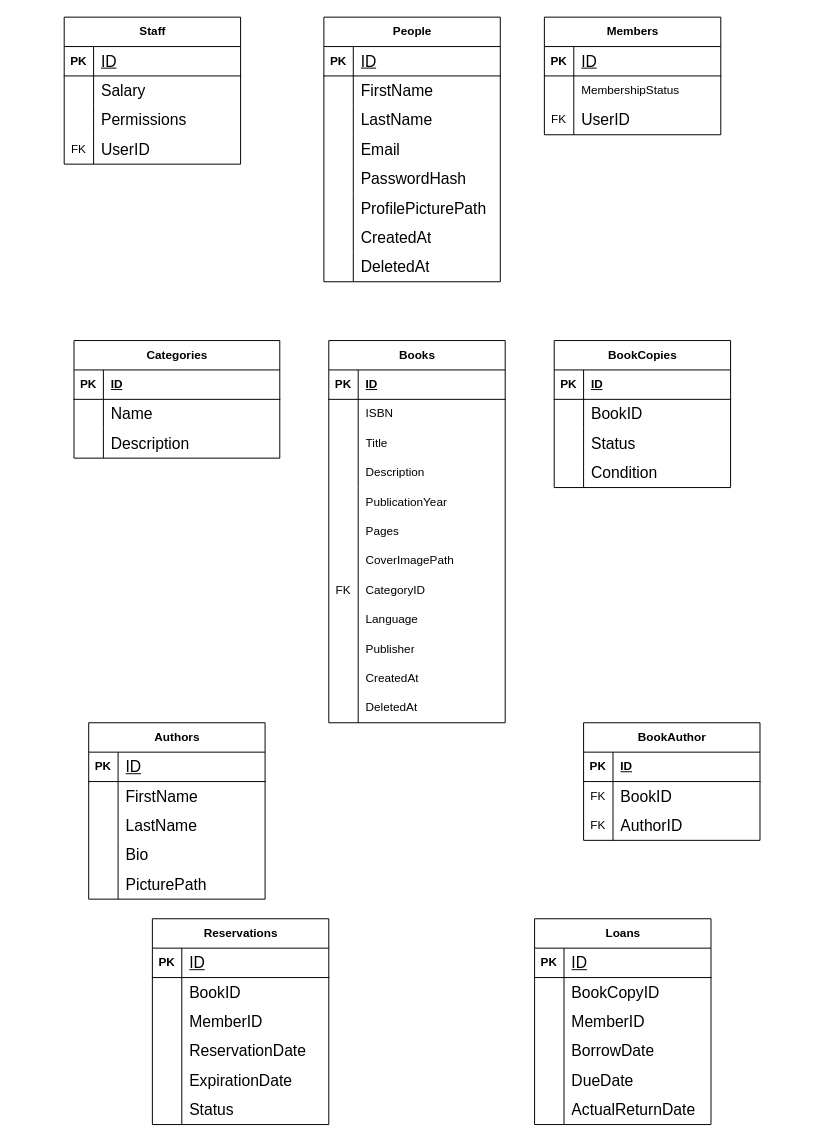
The draw.io diagram Diagrams/ERD.drawio in MustaphaBotte/Library_Management_System, before the edit. Source tidied: cells renumbered, new cells numbered last; positions are measured from the earlier drawing's top-left corner, leaving out a move shared by most shapes. Both pictures are drawn from the tidied source at 98%, with x=0, y=0 at pixel (64, 17).
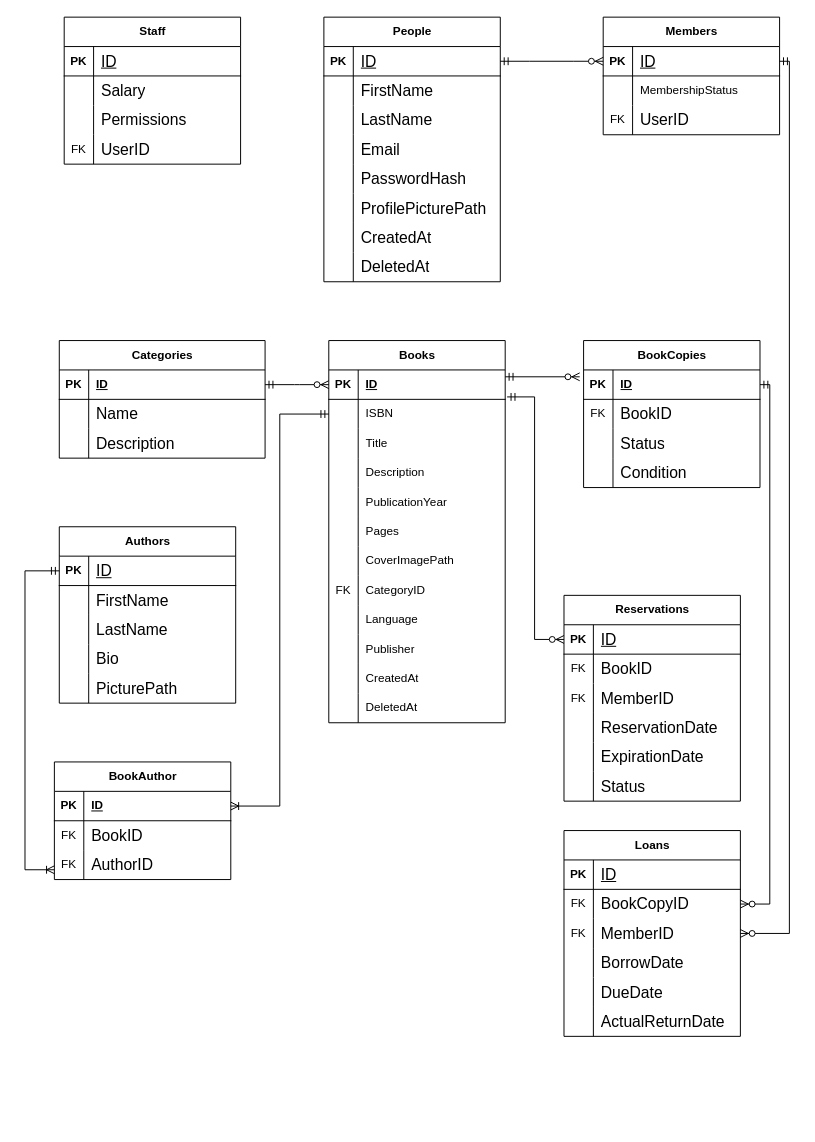
The same diagram, later.

Commit message:
generate ERF diagram

Unchanged cells that the change refers to:
```xml
<mxCell id="3" style="shape=tableRow;horizontal=0;startSize=0;swimlaneHead=0;swimlaneBody=0;fillColor=none;points=[[0,0.5],[1,0.5]];portConstraint=eastwest;top=0;left=0;right=0;bottom=1;" parent="2" vertex="1">
  <mxGeometry y="30" width="180" height="30" as="geometry" />
</mxCell>
<mxCell id="41" style="shape=tableRow;horizontal=0;startSize=0;swimlaneHead=0;swimlaneBody=0;fillColor=none;points=[[0,0.5],[1,0.5]];portConstraint=eastwest;top=0;left=0;right=0;bottom=1;" parent="40" vertex="1">
  <mxGeometry y="30" width="180" height="30" as="geometry" />
</mxCell>
<mxCell id="51" style="shape=tableRow;horizontal=0;startSize=0;swimlaneHead=0;swimlaneBody=0;fillColor=none;points=[[0,0.5],[1,0.5]];portConstraint=eastwest;top=0;left=0;right=0;bottom=1;" parent="50" vertex="1">
  <mxGeometry y="30" width="180" height="30" as="geometry" />
</mxCell>
<mxCell id="54" style="shape=tableRow;horizontal=0;startSize=0;swimlaneHead=0;swimlaneBody=0;fillColor=none;points=[[0,0.5],[1,0.5]];portConstraint=eastwest;top=0;left=0;right=0;bottom=0;" parent="50" vertex="1">
  <mxGeometry y="60" width="180" height="30" as="geometry" />
</mxCell>
<mxCell id="88" style="shape=tableRow;horizontal=0;startSize=0;swimlaneHead=0;swimlaneBody=0;fillColor=none;points=[[0,0.5],[1,0.5]];portConstraint=eastwest;top=0;left=0;right=0;bottom=1;" parent="87" vertex="1">
  <mxGeometry y="30" width="180" height="30" as="geometry" />
</mxCell>
<mxCell id="104" style="shape=tableRow;horizontal=0;startSize=0;swimlaneHead=0;swimlaneBody=0;fillColor=none;points=[[0,0.5],[1,0.5]];portConstraint=eastwest;top=0;left=0;right=0;bottom=1;" parent="103" vertex="1">
  <mxGeometry y="30" width="180" height="30" as="geometry" />
</mxCell>
<mxCell id="110" style="shape=tableRow;horizontal=0;startSize=0;swimlaneHead=0;swimlaneBody=0;fillColor=none;points=[[0,0.5],[1,0.5]];portConstraint=eastwest;top=0;left=0;right=0;bottom=0;" parent="103" vertex="1">
  <mxGeometry y="90" width="180" height="30" as="geometry" />
</mxCell>
<mxCell id="114" style="shape=tableRow;horizontal=0;startSize=0;swimlaneHead=0;swimlaneBody=0;fillColor=none;points=[[0,0.5],[1,0.5]];portConstraint=eastwest;top=0;left=0;right=0;bottom=1;" parent="113" vertex="1">
  <mxGeometry y="30" width="210" height="30" as="geometry" />
</mxCell>
<mxCell id="124" style="shape=tableRow;horizontal=0;startSize=0;swimlaneHead=0;swimlaneBody=0;fillColor=none;points=[[0,0.5],[1,0.5]];portConstraint=eastwest;top=0;left=0;right=0;bottom=1;" parent="123" vertex="1">
  <mxGeometry y="30" width="180" height="30" as="geometry" />
</mxCell>
<mxCell id="127" style="shape=tableRow;horizontal=0;startSize=0;swimlaneHead=0;swimlaneBody=0;fillColor=none;top=0;left=0;right=0;bottom=0;" parent="123" vertex="1">
  <mxGeometry y="60" width="180" height="30" as="geometry" />
</mxCell>
<mxCell id="140" style="shape=tableRow;horizontal=0;startSize=0;swimlaneHead=0;swimlaneBody=0;fillColor=none;points=[[0,0.5],[1,0.5]];portConstraint=eastwest;top=0;left=0;right=0;bottom=0;" parent="136" vertex="1">
  <mxGeometry y="60" width="180" height="30" as="geometry" />
</mxCell>
<mxCell id="143" style="shape=tableRow;horizontal=0;startSize=0;swimlaneHead=0;swimlaneBody=0;fillColor=none;points=[[0,0.5],[1,0.5]];portConstraint=eastwest;top=0;left=0;right=0;bottom=0;" parent="136" vertex="1">
  <mxGeometry y="90" width="180" height="30" as="geometry" />
</mxCell>
<mxCell id="156" style="shape=tableRow;horizontal=0;startSize=0;swimlaneHead=0;swimlaneBody=0;fillColor=none;points=[[0,0.5],[1,0.5]];portConstraint=eastwest;top=0;left=0;right=0;bottom=1;" parent="155" vertex="1">
  <mxGeometry y="30" width="180" height="30" as="geometry" />
</mxCell>
<mxCell id="159" style="shape=tableRow;horizontal=0;startSize=0;swimlaneHead=0;swimlaneBody=0;fillColor=none;top=0;left=0;right=0;bottom=0;" parent="155" vertex="1">
  <mxGeometry y="60" width="180" height="30" as="geometry" />
</mxCell>
<mxCell id="162" style="shape=tableRow;horizontal=0;startSize=0;swimlaneHead=0;swimlaneBody=0;fillColor=none;top=0;left=0;right=0;bottom=0;" parent="155" vertex="1">
  <mxGeometry y="90" width="180" height="30" as="geometry" />
</mxCell>
```

The edit, as a diff of the source:
```diff
@@
     <mxCell id="40" value="Members" style="shape=table;startSize=30;childLayout=tableLayout;rowLines=0;fontStyle=1;align=center;html=1;" parent="1" vertex="1">
-      <mxGeometry x="490" width="180" height="120" as="geometry" />
+      <mxGeometry x="550" width="180" height="120" as="geometry" />
     </mxCell>
@@
     <mxCell id="87" value="Authors" style="shape=table;startSize=30;childLayout=tableLayout;rowLines=0;fontStyle=1;align=center;html=1;" parent="1" vertex="1">
-      <mxGeometry x="25" y="720" width="180" height="180" as="geometry" />
+      <mxGeometry x="-5" y="520" width="180" height="180" as="geometry" />
     </mxCell>
@@
     <mxCell id="103" value="BookAuthor" style="shape=table;startSize=30;childLayout=tableLayout;rowLines=0;fontStyle=1;align=center;html=1;" parent="1" vertex="1">
-      <mxGeometry x="530" y="720" width="180" height="120" as="geometry" />
+      <mxGeometry x="-10" y="760" width="180" height="120" as="geometry" />
     </mxCell>
@@
     <mxCell id="113" value="Categories" style="shape=table;startSize=30;childLayout=tableLayout;rowLines=0;fontStyle=1;align=center;html=1;" parent="1" vertex="1">
-      <mxGeometry x="10" y="330" width="210" height="120" as="geometry" />
+      <mxGeometry x="-5" y="330" width="210" height="120" as="geometry" />
     </mxCell>
@@
     <mxCell id="123" value="BookCopies" style="shape=table;startSize=30;childLayout=tableLayout;rowLines=0;fontStyle=1;align=center;html=1;" parent="1" vertex="1">
-      <mxGeometry x="500" y="330" width="180" height="150" as="geometry" />
+      <mxGeometry x="530" y="330" width="180" height="150" as="geometry" />
     </mxCell>
@@
-    <mxCell id="128" style="shape=partialRectangle;fillColor=none;top=0;left=0;bottom=0;right=0;overflow=hidden;whiteSpace=wrap;html=1;" parent="127" vertex="1">
+    <mxCell id="128" value="FK" style="shape=partialRectangle;fillColor=none;top=0;left=0;bottom=0;right=0;overflow=hidden;whiteSpace=wrap;html=1;" parent="127" vertex="1">
       <mxGeometry width="30" height="30" as="geometry" />
     </mxCell>
@@
     <mxCell id="136" value="Loans" style="shape=table;startSize=30;childLayout=tableLayout;rowLines=0;fontStyle=1;align=center;html=1;" parent="1" vertex="1">
-      <mxGeometry x="480" y="920" width="180" height="210" as="geometry" />
+      <mxGeometry x="510" y="830" width="180" height="210" as="geometry" />
     </mxCell>
@@
-    <mxCell id="141" style="shape=partialRectangle;fillColor=none;top=0;left=0;bottom=0;right=0;overflow=hidden;whiteSpace=wrap;html=1;" parent="140" vertex="1">
+    <mxCell id="141" value="FK" style="shape=partialRectangle;fillColor=none;top=0;left=0;bottom=0;right=0;overflow=hidden;whiteSpace=wrap;html=1;" parent="140" vertex="1">
       <mxGeometry width="30" height="30" as="geometry" />
     </mxCell>
@@
-    <mxCell id="144" style="shape=partialRectangle;fillColor=none;top=0;left=0;bottom=0;right=0;overflow=hidden;whiteSpace=wrap;html=1;" parent="143" vertex="1">
+    <mxCell id="144" value="FK" style="shape=partialRectangle;fillColor=none;top=0;left=0;bottom=0;right=0;overflow=hidden;whiteSpace=wrap;html=1;" parent="143" vertex="1">
       <mxGeometry width="30" height="30" as="geometry" />
     </mxCell>
@@
     <mxCell id="155" value="Reservations" style="shape=table;startSize=30;childLayout=tableLayout;rowLines=0;fontStyle=1;align=center;html=1;" parent="1" vertex="1">
-      <mxGeometry x="90" y="920" width="180" height="210" as="geometry" />
+      <mxGeometry x="510" y="590" width="180" height="210" as="geometry" />
     </mxCell>
@@
-    <mxCell id="160" style="shape=partialRectangle;fillColor=none;top=0;left=0;bottom=0;right=0;overflow=hidden;whiteSpace=wrap;html=1;" parent="159" vertex="1">
+    <mxCell id="160" value="FK" style="shape=partialRectangle;fillColor=none;top=0;left=0;bottom=0;right=0;overflow=hidden;whiteSpace=wrap;html=1;" parent="159" vertex="1">
       <mxGeometry width="30" height="30" as="geometry" />
     </mxCell>
@@
-    <mxCell id="163" style="shape=partialRectangle;fillColor=none;top=0;left=0;bottom=0;right=0;overflow=hidden;whiteSpace=wrap;html=1;" parent="162" vertex="1">
+    <mxCell id="163" value="FK" style="shape=partialRectangle;fillColor=none;top=0;left=0;bottom=0;right=0;overflow=hidden;whiteSpace=wrap;html=1;" parent="162" vertex="1">
       <mxGeometry width="30" height="30" as="geometry" />
     </mxCell>
@@
+    <mxCell id="174" style="edgeStyle=entityRelationEdgeStyle;fontSize=12;html=1;endArrow=ERzeroToMany;startArrow=ERmandOne;rounded=0;entryX=0;entryY=0.5;entryDx=0;entryDy=0;exitX=1;exitY=0.5;exitDx=0;exitDy=0;" parent="1" edge="1" source="3" target="41">
+      <mxGeometry relative="1" as="geometry" />
+    </mxCell>
+    <mxCell id="175" style="edgeStyle=entityRelationEdgeStyle;fontSize=12;html=1;endArrow=ERzeroToMany;startArrow=ERmandOne;rounded=0;exitX=1;exitY=0.5;exitDx=0;exitDy=0;entryX=0;entryY=0.5;entryDx=0;entryDy=0;" parent="1" edge="1" source="114" target="51">
+      <mxGeometry relative="1" as="geometry" />
+    </mxCell>
+    <mxCell id="176" style="fontSize=12;html=1;endArrow=ERzeroToMany;startArrow=ERmandOne;rounded=0;entryX=-0.022;entryY=0.233;entryDx=0;entryDy=0;exitX=1;exitY=0.233;exitDx=0;exitDy=0;exitPerimeter=0;entryPerimeter=0;" parent="1" edge="1" source="51" target="124">
+      <mxGeometry relative="1" as="geometry" />
+    </mxCell>
+    <mxCell id="177" style="edgeStyle=orthogonalEdgeStyle;fontSize=12;html=1;endArrow=ERoneToMany;startArrow=ERmandOne;rounded=0;exitX=0;exitY=0.5;exitDx=0;exitDy=0;entryX=0;entryY=0.667;entryDx=0;entryDy=0;entryPerimeter=0;" parent="1" edge="1" source="88" target="110">
+      <mxGeometry relative="1" as="geometry">
+        <Array as="points">
+          <mxPoint x="-40" y="565" />
+          <mxPoint x="-40" y="870" />
+        </Array>
+      </mxGeometry>
+    </mxCell>
+    <mxCell id="178" style="edgeStyle=orthogonalEdgeStyle;fontSize=12;html=1;endArrow=ERoneToMany;startArrow=ERmandOne;rounded=0;entryX=1;entryY=0.5;entryDx=0;entryDy=0;exitX=0;exitY=0.5;exitDx=0;exitDy=0;" parent="1" edge="1" source="54" target="104">
+      <mxGeometry relative="1" as="geometry" />
+    </mxCell>
+    <mxCell id="179" style="fontSize=12;html=1;endArrow=ERzeroToMany;startArrow=ERmandOne;rounded=0;entryX=1;entryY=0.5;entryDx=0;entryDy=0;exitX=1;exitY=0.5;exitDx=0;exitDy=0;edgeStyle=orthogonalEdgeStyle;" parent="1" edge="1" source="41" target="143">
+      <mxGeometry relative="1" as="geometry" />
+    </mxCell>
+    <mxCell id="180" style="fontSize=12;html=1;endArrow=ERzeroToMany;startArrow=ERmandOne;rounded=0;exitX=1;exitY=0.5;exitDx=0;exitDy=0;entryX=1;entryY=0.5;entryDx=0;entryDy=0;edgeStyle=orthogonalEdgeStyle;" parent="1" edge="1" source="124" target="140">
+      <mxGeometry relative="1" as="geometry" />
+    </mxCell>
+    <mxCell id="181" style="fontSize=12;html=1;endArrow=ERzeroToMany;startArrow=ERmandOne;rounded=0;entryX=0;entryY=0.5;entryDx=0;entryDy=0;edgeStyle=orthogonalEdgeStyle;exitX=1.011;exitY=-0.083;exitDx=0;exitDy=0;exitPerimeter=0;" parent="1" edge="1" source="54" target="156">
+      <mxGeometry relative="1" as="geometry" />
+    </mxCell>
```
